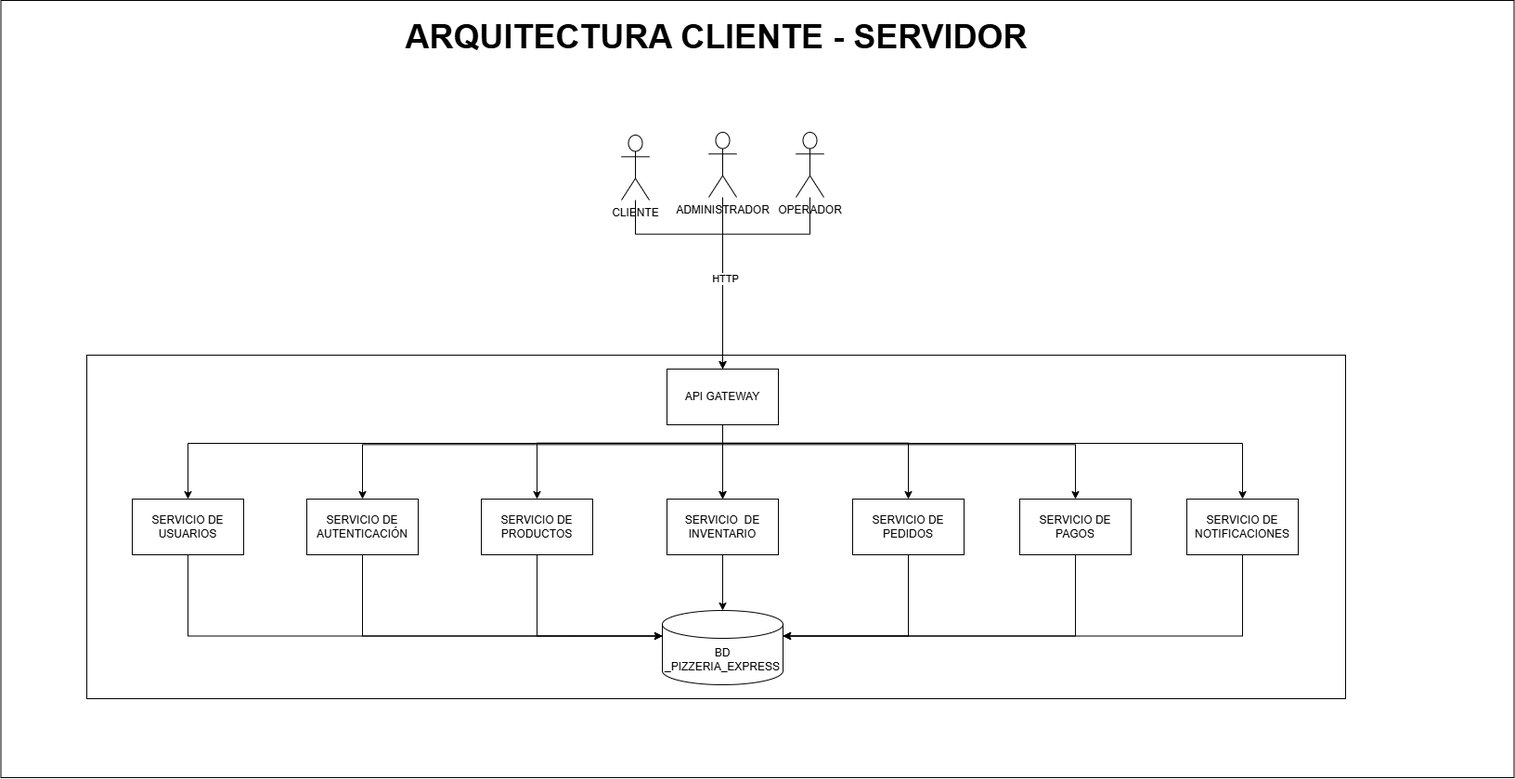
Above: docs/arquitectura/Arquitectura Pizzeria Express.drawio.png in AdielEspinosa/proyecto_ecommerce (draw.io), before the change. Source tidied: cells renumbered, new cells last; positions are measured from the earlier drawing's top-left corner, leaving out a move shared by most shapes.
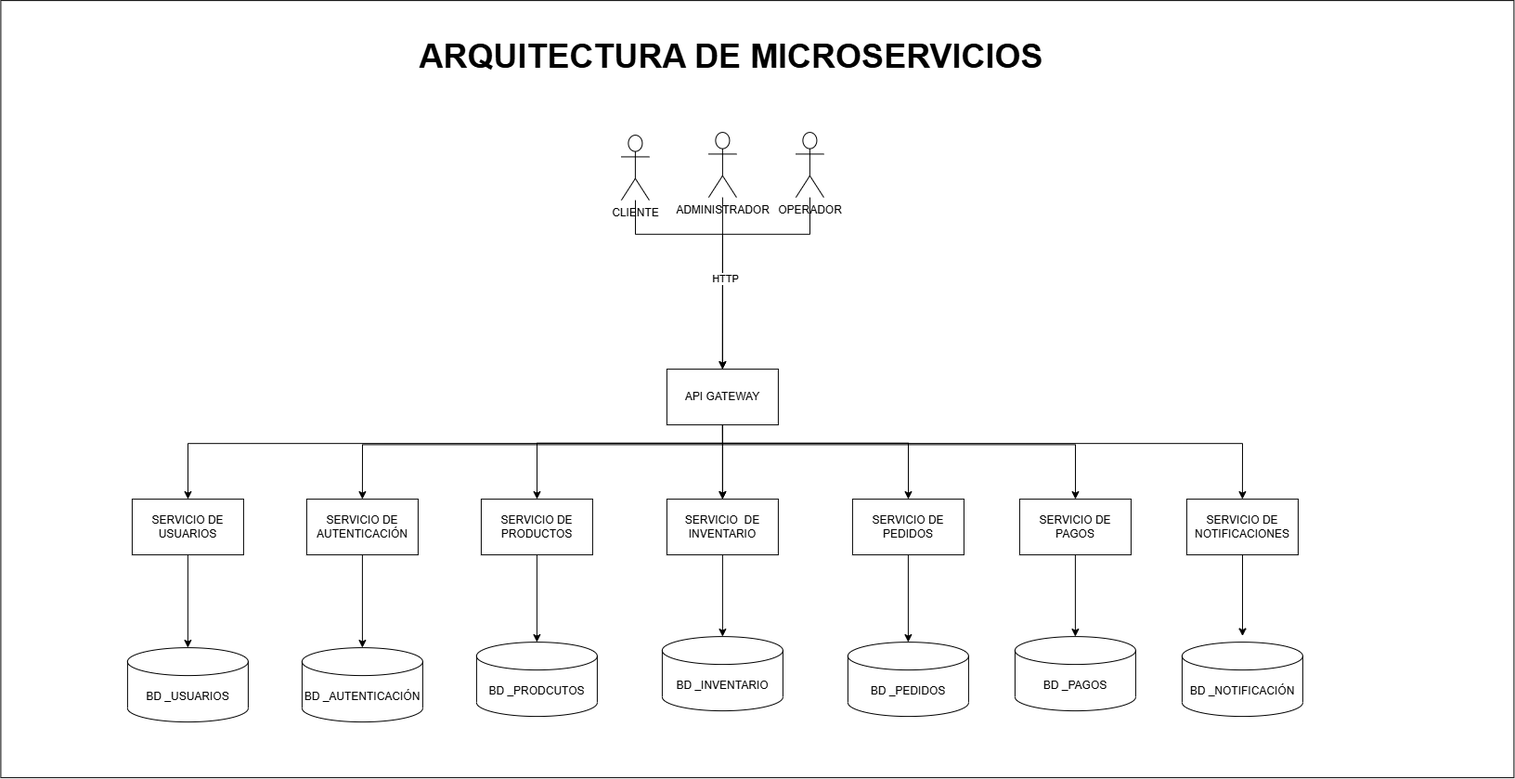
The same diagram one commit later.

Commit message:
modificación de arquitectura

Se modificó la arquitectura para evitar el acoplamiento entre microservicios
mediante una base de datos compartida. Cada servicio ahora es responsable
de sus propios datos.

What changed in the source:
```diff
@@ -5,9 +5,6 @@
     <mxCell id="2" style="rounded=0;whiteSpace=wrap;html=1;" parent="1" vertex="1">
       <mxGeometry x="0.5" width="1630" height="837" as="geometry" />
     </mxCell>
-    <mxCell id="3" style="rounded=0;whiteSpace=wrap;html=1;" parent="1" vertex="1">
-      <mxGeometry x="93" y="382" width="1356" height="370" as="geometry" />
-    </mxCell>
     <mxCell id="4" style="edgeStyle=orthogonalEdgeStyle;rounded=0;jettySize=auto;html=1;entryX=0.5;entryY=0;entryDx=0;entryDy=0;" parent="1" edge="1" source="5" target="20">
       <mxGeometry relative="1" as="geometry">
         <Array as="points">
@@ -19,28 +16,20 @@
     <mxCell id="5" value="OPERADOR" style="shape=umlActor;verticalLabelPosition=bottom;verticalAlign=top;html=1;outlineConnect=0;" parent="1" vertex="1">
       <mxGeometry x="857" y="142" width="30" height="70" as="geometry" />
     </mxCell>
-    <mxCell id="6" style="edgeStyle=orthogonalEdgeStyle;rounded=0;jettySize=auto;html=1;" parent="1" edge="1" source="7" target="21">
+    <mxCell id="6" style="edgeStyle=orthogonalEdgeStyle;rounded=0;jettySize=auto;html=1;entryX=0.5;entryY=0;entryDx=0;entryDy=0;entryPerimeter=0;" parent="1" edge="1" source="7" target="42">
       <mxGeometry relative="1" as="geometry" />
     </mxCell>
     <mxCell id="7" value="SERVICIO&amp;nbsp; DE INVENTARIO" style="rounded=0;whiteSpace=wrap;html=1;" parent="1" vertex="1">
       <mxGeometry x="718" y="537" width="120" height="60" as="geometry" />
     </mxCell>
-    <mxCell id="8" style="edgeStyle=orthogonalEdgeStyle;rounded=0;jettySize=auto;html=1;entryX=1;entryY=0;entryDx=0;entryDy=27.5;entryPerimeter=0;" parent="1" edge="1" source="9" target="21">
-      <mxGeometry relative="1" as="geometry">
-        <Array as="points">
-          <mxPoint x="978" y="684.5" />
-        </Array>
-      </mxGeometry>
+    <mxCell id="8" style="edgeStyle=orthogonalEdgeStyle;rounded=0;jettySize=auto;html=1;entryX=0.5;entryY=0;entryDx=0;entryDy=0;entryPerimeter=0;" parent="1" edge="1" source="9" target="43">
+      <mxGeometry relative="1" as="geometry" />
     </mxCell>
     <mxCell id="9" value="SERVICIO DE PEDIDOS" style="rounded=0;whiteSpace=wrap;html=1;" parent="1" vertex="1">
       <mxGeometry x="918" y="537" width="120" height="60" as="geometry" />
     </mxCell>
-    <mxCell id="10" style="edgeStyle=orthogonalEdgeStyle;rounded=0;jettySize=auto;html=1;entryX=0;entryY=0;entryDx=0;entryDy=27.5;entryPerimeter=0;" parent="1" edge="1" source="11" target="21">
-      <mxGeometry relative="1" as="geometry">
-        <Array as="points">
-          <mxPoint x="578" y="684.5" />
-        </Array>
-      </mxGeometry>
+    <mxCell id="10" style="edgeStyle=orthogonalEdgeStyle;rounded=0;jettySize=auto;html=1;entryX=0.5;entryY=0;entryDx=0;entryDy=0;entryPerimeter=0;" parent="1" edge="1" source="11" target="41">
+      <mxGeometry relative="1" as="geometry" />
     </mxCell>
     <mxCell id="11" value="SERVICIO DE PRODUCTOS" style="rounded=0;whiteSpace=wrap;html=1;" parent="1" vertex="1">
       <mxGeometry x="518" y="537" width="120" height="60" as="geometry" />
@@ -96,52 +85,38 @@
     <mxCell id="20" value="API GATEWAY" style="rounded=0;whiteSpace=wrap;html=1;" parent="1" vertex="1">
       <mxGeometry x="718" y="397" width="120" height="60" as="geometry" />
     </mxCell>
-    <mxCell id="21" value="BD _PIZZERIA_EXPRESS" style="shape=cylinder3;whiteSpace=wrap;html=1;boundedLbl=1;backgroundOutline=1;size=15;" parent="1" vertex="1">
-      <mxGeometry x="713" y="657" width="130" height="80" as="geometry" />
-    </mxCell>
     <mxCell id="22" style="endArrow=none;html=1;rounded=0;" parent="1" edge="1" source="20" target="34">
       <mxGeometry relative="1" as="geometry" />
     </mxCell>
+    <mxCell id="36" style="edgeStyle=orthogonalEdgeStyle;rounded=0;jettySize=auto;html=1;" parent="1" edge="1" source="23" target="40">
+      <mxGeometry relative="1" as="geometry" />
+    </mxCell>
     <mxCell id="23" value="SERVICIO DE AUTENTICACIÓN" style="rounded=0;whiteSpace=wrap;html=1;" parent="1" vertex="1">
       <mxGeometry x="330" y="537" width="120" height="60" as="geometry" />
     </mxCell>
+    <mxCell id="37" style="edgeStyle=orthogonalEdgeStyle;rounded=0;jettySize=auto;html=1;" parent="1" edge="1" source="24" target="44">
+      <mxGeometry relative="1" as="geometry" />
+    </mxCell>
     <mxCell id="24" value="SERVICIO DE PAGOS" style="rounded=0;whiteSpace=wrap;html=1;" parent="1" vertex="1">
       <mxGeometry x="1098" y="537" width="120" height="60" as="geometry" />
     </mxCell>
     <mxCell id="25" value="SERVICIO DE NOTIFICACIONES" style="rounded=0;whiteSpace=wrap;html=1;" parent="1" vertex="1">
       <mxGeometry x="1278" y="537" width="120" height="60" as="geometry" />
     </mxCell>
+    <mxCell id="38" style="edgeStyle=orthogonalEdgeStyle;rounded=0;jettySize=auto;html=1;" parent="1" edge="1" source="26" target="39">
+      <mxGeometry relative="1" as="geometry" />
+    </mxCell>
     <mxCell id="26" value="SERVICIO DE USUARIOS" style="rounded=0;whiteSpace=wrap;html=1;" parent="1" vertex="1">
       <mxGeometry x="142" y="537" width="120" height="60" as="geometry" />
     </mxCell>
-    <mxCell id="27" style="edgeStyle=orthogonalEdgeStyle;rounded=0;jettySize=auto;html=1;entryX=1;entryY=0;entryDx=0;entryDy=27.5;entryPerimeter=0;" parent="1" edge="1" source="24" target="21">
-      <mxGeometry relative="1" as="geometry">
-        <Array as="points">
-          <mxPoint x="1158" y="684.5" />
-        </Array>
-      </mxGeometry>
-    </mxCell>
-    <mxCell id="28" style="edgeStyle=orthogonalEdgeStyle;rounded=0;jettySize=auto;html=1;entryX=1;entryY=0;entryDx=0;entryDy=27.5;entryPerimeter=0;" parent="1" edge="1" source="25" target="21">
+    <mxCell id="28" style="edgeStyle=orthogonalEdgeStyle;rounded=0;jettySize=auto;html=1;" parent="1" edge="1" source="25">
       <mxGeometry relative="1" as="geometry">
+        <mxPoint x="1338" y="684.5" as="targetPoint" />
         <Array as="points">
           <mxPoint x="1338" y="684.5" />
         </Array>
       </mxGeometry>
     </mxCell>
-    <mxCell id="29" style="edgeStyle=orthogonalEdgeStyle;rounded=0;jettySize=auto;html=1;entryX=0;entryY=0;entryDx=0;entryDy=27.5;entryPerimeter=0;" parent="1" edge="1" source="23" target="21">
-      <mxGeometry relative="1" as="geometry">
-        <Array as="points">
-          <mxPoint x="390" y="684.5" />
-        </Array>
-      </mxGeometry>
-    </mxCell>
-    <mxCell id="30" style="edgeStyle=orthogonalEdgeStyle;rounded=0;jettySize=auto;html=1;entryX=0;entryY=0;entryDx=0;entryDy=27.5;entryPerimeter=0;" parent="1" edge="1" source="26" target="21">
-      <mxGeometry relative="1" as="geometry">
-        <Array as="points">
-          <mxPoint x="202" y="684.5" />
-        </Array>
-      </mxGeometry>
-    </mxCell>
     <mxCell id="31" style="edgeStyle=orthogonalEdgeStyle;rounded=0;jettySize=auto;html=1;entryX=0.5;entryY=0;entryDx=0;entryDy=0;" parent="1" edge="1" source="33" target="20">
       <mxGeometry relative="1" as="geometry">
         <Array as="points">
@@ -159,8 +134,29 @@
     <mxCell id="34" value="ADMINISTRADOR" style="shape=umlActor;verticalLabelPosition=bottom;verticalAlign=top;html=1;outlineConnect=0;" parent="1" vertex="1">
       <mxGeometry x="763" y="142" width="30" height="70" as="geometry" />
     </mxCell>
-    <mxCell id="35" value="&lt;font style=&quot;font-size: 36px;&quot;&gt;&lt;b style=&quot;&quot;&gt;ARQUITECTURA CLIENTE - SERVIDOR&lt;/b&gt;&lt;/font&gt;" style="text;html=1;whiteSpace=wrap;strokeColor=none;fillColor=none;align=center;verticalAlign=middle;rounded=0;" parent="1" vertex="1">
-      <mxGeometry x="406.8" y="24" width="728.5" height="30" as="geometry" />
+    <mxCell id="35" value="&lt;font style=&quot;font-size: 36px;&quot;&gt;&lt;b style=&quot;&quot;&gt;ARQUITECTURA DE MICROSERVICIOS&lt;/b&gt;&lt;/font&gt;" style="text;html=1;whiteSpace=wrap;strokeColor=none;fillColor=none;align=center;verticalAlign=middle;rounded=0;" parent="1" vertex="1">
+      <mxGeometry x="423" y="45" width="728.5" height="30" as="geometry" />
     </mxCell>
+    <mxCell id="39" value="BD _USUARIOS" style="shape=cylinder3;whiteSpace=wrap;html=1;boundedLbl=1;backgroundOutline=1;size=15;" parent="1" vertex="1">
+      <mxGeometry x="137" y="697" width="130" height="80" as="geometry" />
+    </mxCell>
+    <mxCell id="40" value="BD _AUTENTICACIÓN" style="shape=cylinder3;whiteSpace=wrap;html=1;boundedLbl=1;backgroundOutline=1;size=15;" parent="1" vertex="1">
+      <mxGeometry x="325" y="697" width="130" height="80" as="geometry" />
+    </mxCell>
+    <mxCell id="41" value="BD _PRODCUTOS" style="shape=cylinder3;whiteSpace=wrap;html=1;boundedLbl=1;backgroundOutline=1;size=15;" parent="1" vertex="1">
+      <mxGeometry x="513" y="691" width="130" height="80" as="geometry" />
+    </mxCell>
+    <mxCell id="42" value="BD _INVENTARIO" style="shape=cylinder3;whiteSpace=wrap;html=1;boundedLbl=1;backgroundOutline=1;size=15;" parent="1" vertex="1">
+      <mxGeometry x="713" y="685" width="130" height="80" as="geometry" />
+    </mxCell>
+    <mxCell id="43" value="BD _PEDIDOS" style="shape=cylinder3;whiteSpace=wrap;html=1;boundedLbl=1;backgroundOutline=1;size=15;" parent="1" vertex="1">
+      <mxGeometry x="913" y="691" width="130" height="80" as="geometry" />
+    </mxCell>
+    <mxCell id="44" value="BD _PAGOS" style="shape=cylinder3;whiteSpace=wrap;html=1;boundedLbl=1;backgroundOutline=1;size=15;" parent="1" vertex="1">
+      <mxGeometry x="1093" y="685" width="130" height="80" as="geometry" />
+    </mxCell>
+    <mxCell id="45" value="BD _NOTIFICACIÓN" style="shape=cylinder3;whiteSpace=wrap;html=1;boundedLbl=1;backgroundOutline=1;size=15;" parent="1" vertex="1">
+      <mxGeometry x="1273" y="691" width="130" height="80" as="geometry" />
+    </mxCell>
   </root>
 </mxGraphModel>
```
